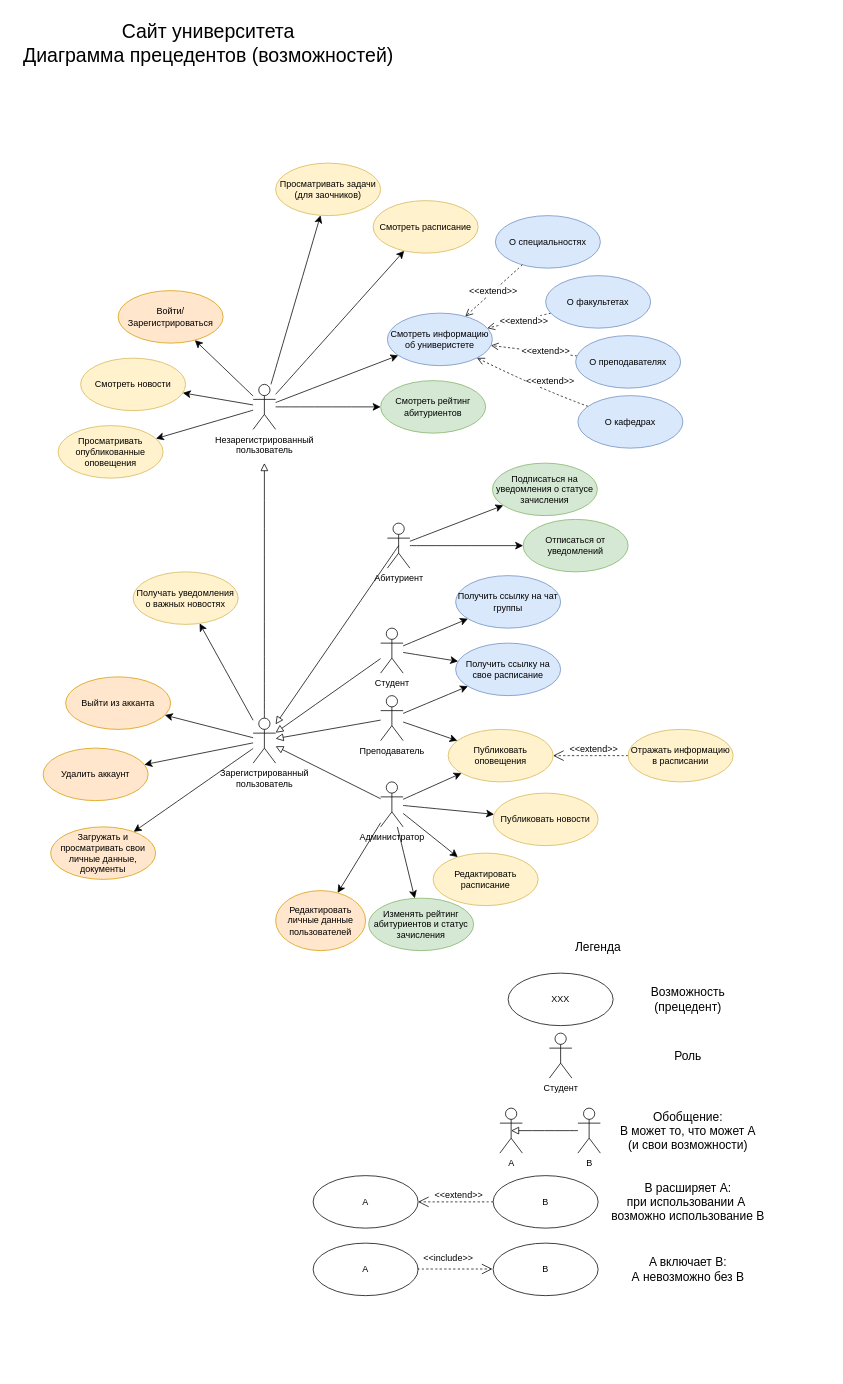
kawazaki42/tyrfeicy keeps this draw.io diagram as usecase.drawio. Above is the earlier version. Source tidied: cells renumbered, new cells numbered last; positions are measured from the earlier drawing's top-left corner, leaving out a move shared by most shapes. Both pictures are drawn from the tidied source at 75%, with x=0, y=0 at pixel (13, 13).
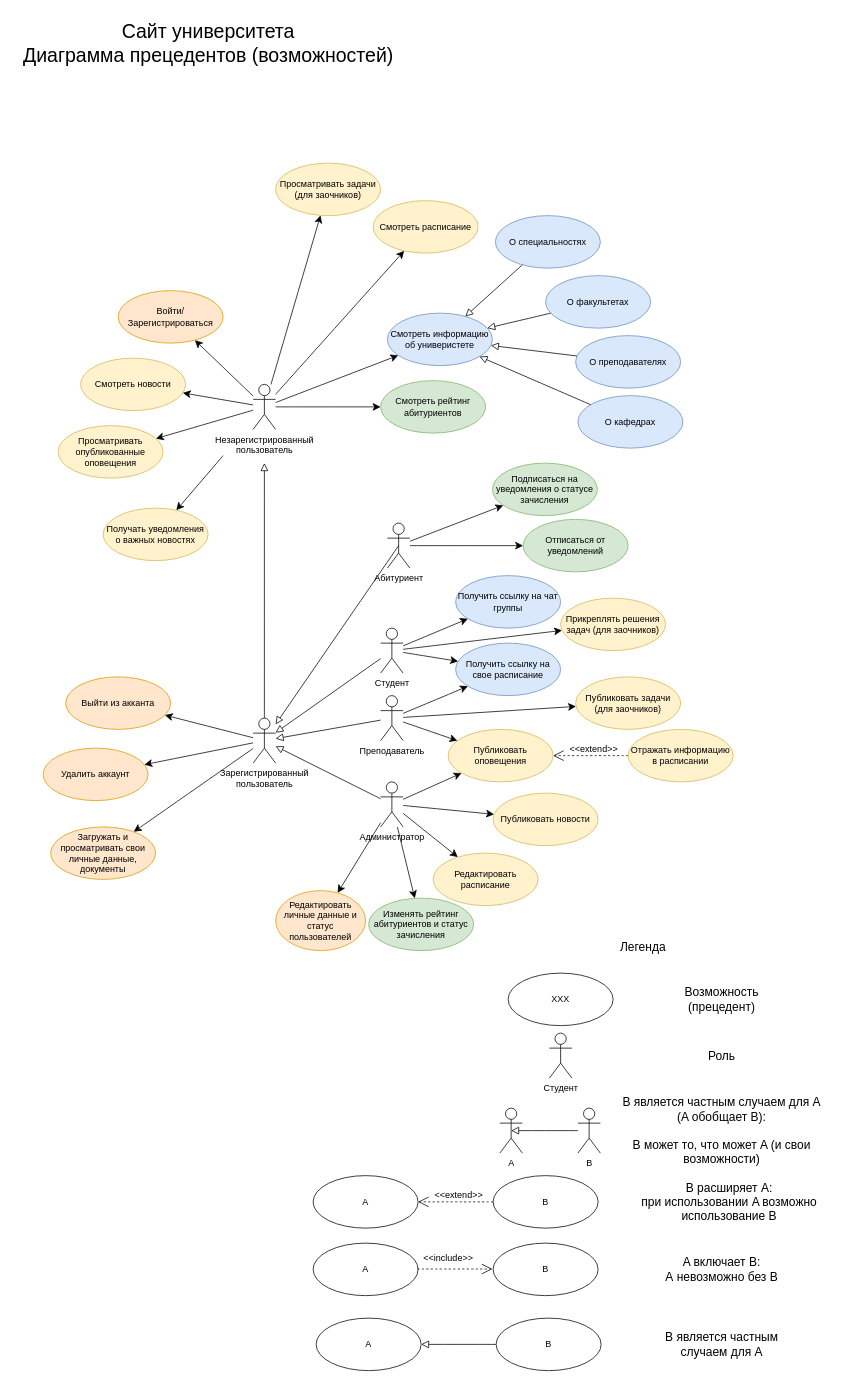
Above is the later version.

Unchanged cells that the change refers to:
```xml
<mxCell id="17" value="Зарегистрированный&lt;div&gt;пользователь&lt;/div&gt;" style="shape=umlActor;verticalLabelPosition=bottom;verticalAlign=top;html=1;" parent="1" vertex="1">
  <mxGeometry x="320" y="940" width="30" height="60" as="geometry" />
</mxCell>
<mxCell id="21" value="Студент" style="shape=umlActor;verticalLabelPosition=bottom;verticalAlign=top;html=1;" parent="1" vertex="1">
  <mxGeometry x="490" y="820" width="30" height="60" as="geometry" />
</mxCell>
<mxCell id="25" value="Преподаватель" style="shape=umlActor;verticalLabelPosition=bottom;verticalAlign=top;html=1;" parent="1" vertex="1">
  <mxGeometry x="490" y="910" width="30" height="60" as="geometry" />
</mxCell>
<mxCell id="45" value="Смотреть информацию об универистете" style="ellipse;whiteSpace=wrap;html=1;fillColor=#dae8fc;strokeColor=#6c8ebf;" parent="1" vertex="1">
  <mxGeometry x="499" y="400" width="140" height="70" as="geometry" />
</mxCell>
<mxCell id="51" value="О специальностях" style="ellipse;whiteSpace=wrap;html=1;fillColor=#dae8fc;strokeColor=#6c8ebf;" parent="1" vertex="1">
  <mxGeometry x="643" y="270" width="140" height="70" as="geometry" />
</mxCell>
```

The edit, as a diff of the source:
```diff
@@
-    <mxCell id="16" style="edgeStyle=none;curved=1;rounded=0;jettySize=auto;html=1;fontSize=12;startSize=8;endSize=8;" parent="1" edge="1" source="17" target="87">
-      <mxGeometry relative="1" as="geometry" />
+    <mxCell id="16" style="edgeStyle=none;curved=1;rounded=0;jettySize=auto;html=1;fontSize=12;startSize=8;endSize=8;" parent="1" edge="1" target="87">
+      <mxGeometry relative="1" as="geometry">
+        <mxPoint x="280" y="590" as="sourcePoint" />
+      </mxGeometry>
     </mxCell>
@@
+    <mxCell id="90" style="edgeStyle=none;curved=1;rounded=0;jettySize=auto;html=1;fontSize=12;startSize=8;endSize=8;" parent="1" edge="1" source="21" target="96">
+      <mxGeometry relative="1" as="geometry" />
+    </mxCell>
@@
+    <mxCell id="91" style="edgeStyle=none;curved=1;rounded=0;jettySize=auto;html=1;fontSize=12;startSize=8;endSize=8;" parent="1" edge="1" source="25" target="97">
+      <mxGeometry relative="1" as="geometry" />
+    </mxCell>
@@
-    <mxCell id="55" value="Редактировать личные данные пользователей" style="ellipse;whiteSpace=wrap;html=1;fillColor=#ffe6cc;strokeColor=#d79b00;" parent="1" vertex="1">
+    <mxCell id="55" value="Редактировать личные данные и статус пользователей" style="ellipse;whiteSpace=wrap;html=1;fillColor=#ffe6cc;strokeColor=#d79b00;" parent="1" vertex="1">
       <mxGeometry x="350" y="1170" width="120" height="80" as="geometry" />
     </mxCell>
@@
     <mxCell id="58" value="Легенда" style="text;strokeColor=none;fillColor=none;html=1;align=center;verticalAlign=middle;whiteSpace=wrap;rounded=0;fontSize=16;" parent="1" vertex="1">
-      <mxGeometry x="750" y="1230" width="60" height="30" as="geometry" />
+      <mxGeometry x="810" y="1230" width="60" height="30" as="geometry" />
     </mxCell>
@@
     <mxCell id="60" value="Возможность (прецедент)" style="text;strokeColor=none;fillColor=none;html=1;align=center;verticalAlign=middle;whiteSpace=wrap;rounded=0;fontSize=16;" parent="1" vertex="1">
-      <mxGeometry x="870" y="1300" width="60" height="30" as="geometry" />
+      <mxGeometry x="915" y="1300" width="60" height="30" as="geometry" />
     </mxCell>
@@
     <mxCell id="62" value="Роль" style="text;strokeColor=none;fillColor=none;html=1;align=center;verticalAlign=middle;whiteSpace=wrap;rounded=0;fontSize=16;" parent="1" vertex="1">
-      <mxGeometry x="870" y="1375" width="60" height="30" as="geometry" />
+      <mxGeometry x="915" y="1375" width="60" height="30" as="geometry" />
     </mxCell>
@@
-    <mxCell id="66" value="&lt;div&gt;Обобщение:&lt;/div&gt;&lt;div&gt;B может то, что может A (и свои возможности)&lt;/div&gt;" style="text;strokeColor=none;fillColor=none;html=1;align=center;verticalAlign=middle;whiteSpace=wrap;rounded=0;fontSize=16;" parent="1" vertex="1">
-      <mxGeometry x="800" y="1475" width="200" height="30" as="geometry" />
+    <mxCell id="66" value="&lt;div&gt;B является частным случаем для A&lt;/div&gt;&lt;div&gt;(A обобщает B):&lt;/div&gt;&lt;div&gt;&lt;br&gt;&lt;/div&gt;&lt;div&gt;B может то, что может A (и свои возможности)&lt;/div&gt;" style="text;strokeColor=none;fillColor=none;html=1;align=center;verticalAlign=middle;whiteSpace=wrap;rounded=0;fontSize=16;" parent="1" vertex="1">
+      <mxGeometry x="800" y="1475" width="290" height="30" as="geometry" />
     </mxCell>
@@
-    <mxCell id="71" value="&lt;div&gt;B расширяет A:&lt;/div&gt;&lt;div&gt;при использовании A&amp;nbsp;&lt;/div&gt;&lt;div&gt;возможно использование B&lt;/div&gt;" style="text;strokeColor=none;fillColor=none;html=1;align=center;verticalAlign=middle;whiteSpace=wrap;rounded=0;fontSize=16;" parent="1" vertex="1">
-      <mxGeometry x="790" y="1570" width="220" height="30" as="geometry" />
+    <mxCell id="71" value="&lt;div&gt;B расширяет A:&lt;/div&gt;&lt;div&gt;при использовании A возможно использование B&lt;/div&gt;" style="text;strokeColor=none;fillColor=none;html=1;align=center;verticalAlign=middle;whiteSpace=wrap;rounded=0;fontSize=16;" parent="1" vertex="1">
+      <mxGeometry x="820" y="1570" width="270" height="30" as="geometry" />
     </mxCell>
@@
     <mxCell id="76" value="&lt;div&gt;A включает B:&lt;/div&gt;&lt;div&gt;А невозможно без B&lt;/div&gt;" style="text;strokeColor=none;fillColor=none;html=1;align=center;verticalAlign=middle;whiteSpace=wrap;rounded=0;fontSize=16;" parent="1" vertex="1">
-      <mxGeometry x="790" y="1660" width="220" height="30" as="geometry" />
+      <mxGeometry x="835" y="1660" width="220" height="30" as="geometry" />
     </mxCell>
@@
+    <mxCell id="79" value="О факультетах" style="ellipse;whiteSpace=wrap;html=1;fillColor=#dae8fc;strokeColor=#6c8ebf;" parent="1" vertex="1">
+      <mxGeometry x="710" y="350" width="140" height="70" as="geometry" />
+    </mxCell>
+    <mxCell id="81" value="О преподавателях" style="ellipse;whiteSpace=wrap;html=1;fillColor=#dae8fc;strokeColor=#6c8ebf;" parent="1" vertex="1">
+      <mxGeometry x="750" y="430" width="140" height="70" as="geometry" />
+    </mxCell>
+    <mxCell id="83" value="О кафедрах" style="ellipse;whiteSpace=wrap;html=1;fillColor=#dae8fc;strokeColor=#6c8ebf;" parent="1" vertex="1">
+      <mxGeometry x="753" y="510" width="140" height="70" as="geometry" />
+    </mxCell>
+    <mxCell id="87" value="Получать уведомления о важных новостях" style="ellipse;whiteSpace=wrap;html=1;fillColor=#fff2cc;strokeColor=#d6b656;" parent="1" vertex="1">
+      <mxGeometry x="120" y="660" width="140" height="70" as="geometry" />
+    </mxCell>
+    <mxCell id="92" value="A" style="ellipse;whiteSpace=wrap;html=1;" parent="1" vertex="1">
+      <mxGeometry x="404" y="1740" width="140" height="70" as="geometry" />
+    </mxCell>
+    <mxCell id="93" value="B" style="ellipse;whiteSpace=wrap;html=1;" parent="1" vertex="1">
+      <mxGeometry x="644" y="1740" width="140" height="70" as="geometry" />
+    </mxCell>
+    <mxCell id="94" value="B является частным случаем для A" style="text;strokeColor=none;fillColor=none;html=1;align=center;verticalAlign=middle;whiteSpace=wrap;rounded=0;fontSize=16;" parent="1" vertex="1">
+      <mxGeometry x="842" y="1760" width="206" height="30" as="geometry" />
+    </mxCell>
+    <mxCell id="95" style="edgeStyle=none;curved=1;rounded=0;jettySize=auto;html=1;entryX=1;entryY=0.5;entryDx=0;entryDy=0;fontSize=12;startSize=8;endSize=8;endArrow=block;endFill=0;exitX=0;exitY=0.5;exitDx=0;exitDy=0;" parent="1" edge="1" source="93" target="92">
+      <mxGeometry relative="1" as="geometry" />
+    </mxCell>
+    <mxCell id="88" style="edgeStyle=none;curved=1;rounded=0;jettySize=auto;html=1;fontSize=12;startSize=8;endSize=8;endArrow=block;endFill=0;" parent="1" edge="1" source="51" target="45">
+      <mxGeometry relative="1" as="geometry" />
+    </mxCell>
-    <mxCell id="78" style="edgeStyle=none;curved=1;rounded=0;jettySize=auto;html=1;fontSize=12;startSize=8;endSize=8;endArrow=open;endFill=0;dashed=1;" parent="1" edge="1" source="79" target="45">
+    <mxCell id="78" style="edgeStyle=none;curved=1;rounded=0;jettySize=auto;html=1;fontSize=12;startSize=8;endSize=8;endArrow=block;endFill=0;" parent="1" edge="1" source="79" target="45">
       <mxGeometry relative="1" as="geometry" />
     </mxCell>
-    <mxCell id="79" value="О факультетах" style="ellipse;whiteSpace=wrap;html=1;fillColor=#dae8fc;strokeColor=#6c8ebf;" parent="1" vertex="1">
-      <mxGeometry x="710" y="350" width="140" height="70" as="geometry" />
-    </mxCell>
-    <mxCell id="80" style="edgeStyle=none;curved=1;rounded=0;jettySize=auto;html=1;fontSize=12;startSize=8;endSize=8;endArrow=open;endFill=0;dashed=1;" parent="1" edge="1" source="81" target="45">
+    <mxCell id="80" style="edgeStyle=none;curved=1;rounded=0;jettySize=auto;html=1;fontSize=12;startSize=8;endSize=8;endArrow=block;endFill=0;" parent="1" edge="1" source="81" target="45">
       <mxGeometry relative="1" as="geometry" />
     </mxCell>
-    <mxCell id="81" value="О преподавателях" style="ellipse;whiteSpace=wrap;html=1;fillColor=#dae8fc;strokeColor=#6c8ebf;" parent="1" vertex="1">
-      <mxGeometry x="750" y="430" width="140" height="70" as="geometry" />
-    </mxCell>
-    <mxCell id="82" style="edgeStyle=none;curved=1;rounded=0;jettySize=auto;html=1;entryX=1;entryY=1;entryDx=0;entryDy=0;fontSize=12;startSize=8;endSize=8;endArrow=open;endFill=0;dashed=1;" parent="1" edge="1" source="83" target="45">
-      <mxGeometry relative="1" as="geometry">
-        <Array as="points">
-          <mxPoint x="700" y="500" />
-        </Array>
-      </mxGeometry>
+    <mxCell id="82" style="edgeStyle=none;curved=1;rounded=0;jettySize=auto;html=1;fontSize=12;startSize=8;endSize=8;endArrow=block;endFill=0;" parent="1" edge="1" source="83" target="45">
+      <mxGeometry relative="1" as="geometry" />
     </mxCell>
-    <mxCell id="83" value="О кафедрах" style="ellipse;whiteSpace=wrap;html=1;fillColor=#dae8fc;strokeColor=#6c8ebf;" parent="1" vertex="1">
-      <mxGeometry x="753" y="510" width="140" height="70" as="geometry" />
-    </mxCell>
-    <mxCell id="84" value="&amp;lt;&amp;lt;extend&amp;gt;&amp;gt;" style="edgeLabel;html=1;align=center;verticalAlign=middle;fontSize=12;" parent="1" vertex="1">
-      <mxGeometry x="680" y="410" as="geometry" />
-    </mxCell>
-    <mxCell id="85" value="&amp;lt;&amp;lt;extend&amp;gt;&amp;gt;" style="edgeLabel;html=1;align=center;verticalAlign=middle;fontSize=12;" parent="1" vertex="1">
-      <mxGeometry x="709" y="450" as="geometry" />
-    </mxCell>
-    <mxCell id="86" value="&amp;lt;&amp;lt;extend&amp;gt;&amp;gt;" style="edgeLabel;html=1;align=center;verticalAlign=middle;fontSize=12;" parent="1" vertex="1">
-      <mxGeometry x="715" y="490" as="geometry" />
-    </mxCell>
-    <mxCell id="87" value="Получать уведомления о важных новостях" style="ellipse;whiteSpace=wrap;html=1;fillColor=#fff2cc;strokeColor=#d6b656;" parent="1" vertex="1">
-      <mxGeometry x="160" y="745" width="140" height="70" as="geometry" />
-    </mxCell>
-    <mxCell id="88" style="edgeStyle=none;curved=1;rounded=0;jettySize=auto;html=1;fontSize=12;startSize=8;endSize=8;endArrow=open;endFill=0;dashed=1;" parent="1" edge="1" source="51" target="45">
-      <mxGeometry relative="1" as="geometry" />
-    </mxCell>
-    <mxCell id="89" value="&amp;lt;&amp;lt;extend&amp;gt;&amp;gt;" style="edgeLabel;html=1;align=center;verticalAlign=middle;fontSize=12;" parent="1" vertex="1">
-      <mxGeometry x="639" y="370" as="geometry" />
-    </mxCell>
+    <mxCell id="96" value="Прикреплять решения задач (для заочников)" style="ellipse;whiteSpace=wrap;html=1;fillColor=#fff2cc;strokeColor=#d6b656;" parent="1" vertex="1">
+      <mxGeometry x="730" y="780" width="140" height="70" as="geometry" />
+    </mxCell>
+    <mxCell id="97" value="Публиковать задачи (для заочников)" style="ellipse;whiteSpace=wrap;html=1;fillColor=#fff2cc;strokeColor=#d6b656;" parent="1" vertex="1">
+      <mxGeometry x="750" y="885" width="140" height="70" as="geometry" />
+    </mxCell>
```
